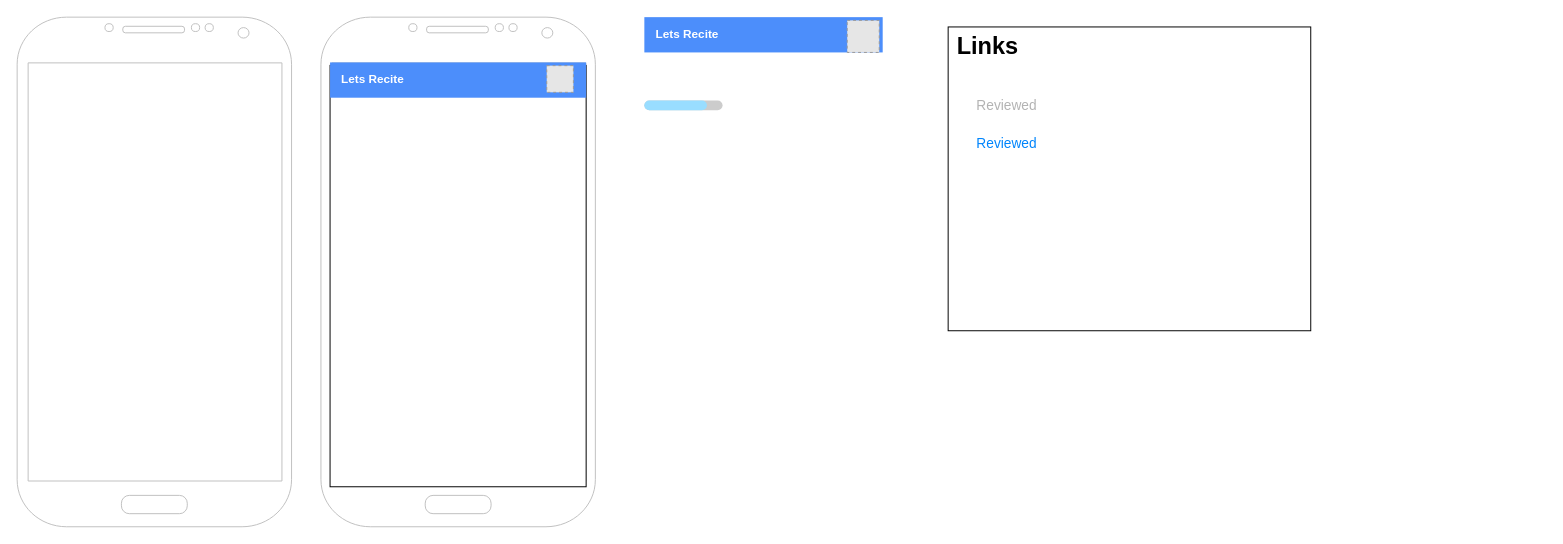
Before: page "components" (1 of 8) of Lets Recite.drawio in appsparkler/draw.io, a draw.io diagram. Source tidied: cells renumbered, new cells numbered last; positions are measured from the earlier drawing's top-left corner, leaving out a move shared by most shapes. Both pictures are drawn from the tidied source at 98%, with x=0, y=0 at pixel (17, 17). Pictures stored in the file or linked from it are replaced by grey dashed boxes.
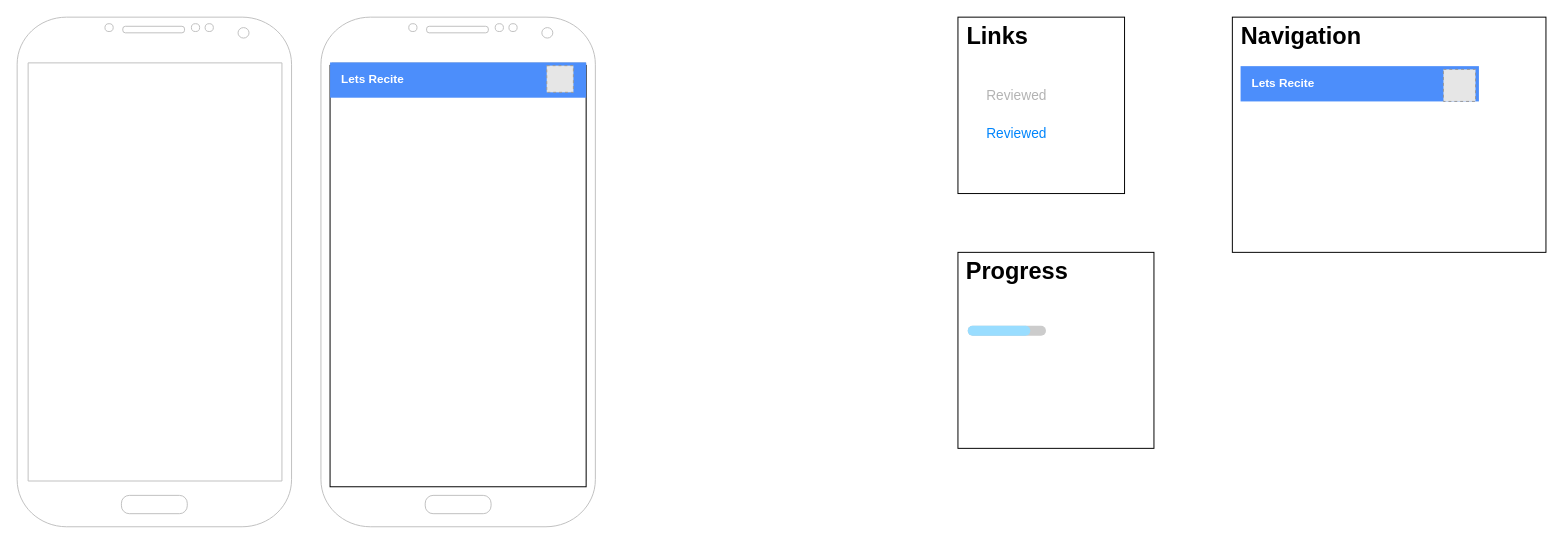
The same page after the edit.

Change to the diagram source:
```diff
@@
-    <mxCell id="2" style="rounded=0;whiteSpace=wrap;html=1;" parent="1" vertex="1">
-      <mxGeometry x="950" y="10" width="370" height="310" as="geometry" />
-    </mxCell>
+    <mxCell id="20" style="rounded=0;whiteSpace=wrap;html=1;" parent="1" vertex="1">
+      <mxGeometry x="1240" width="320" height="240" as="geometry" />
+    </mxCell>
+    <mxCell id="21" style="rounded=0;whiteSpace=wrap;html=1;" parent="1" vertex="1">
+      <mxGeometry x="960" y="240" width="200" height="200" as="geometry" />
+    </mxCell>
@@
     <mxCell id="6" style="group;" parent="1" vertex="1">
-      <mxGeometry x="640" width="243.2" height="36" as="geometry" />
+      <mxGeometry x="1248.4" y="50" width="243.2" height="36" as="geometry" />
     </mxCell>
@@
     <mxCell id="16" style="verticalLabelPosition=bottom;shadow=0;dashed=0;align=center;html=1;verticalAlign=top;strokeWidth=1;shape=mxgraph.mockup.misc.progressBar;fillColor=#cccccc;strokeColor=none;fillColor2=#99ddff;barPos=80;" parent="1" vertex="1">
-      <mxGeometry x="640" y="80" width="79.8" height="20" as="geometry" />
+      <mxGeometry x="970" y="310" width="79.8" height="20" as="geometry" />
     </mxCell>
+    <mxCell id="22" style="group;" parent="1" vertex="1">
+      <mxGeometry x="960" width="170" height="180" as="geometry" />
+    </mxCell>
+    <mxCell id="2" style="rounded=0;whiteSpace=wrap;html=1;" parent="22" vertex="1">
+      <mxGeometry width="170" height="180" as="geometry" />
+    </mxCell>
-    <mxCell id="17" value="Reviewed" style="strokeColor=none;fillColor=none;rSize=5;perimeter=none;whiteSpace=wrap;align=center;spacing=20;fontSize=14;fontColor=#B3B3B3;" parent="1" vertex="1">
-      <mxGeometry x="970" y="70.2" width="80" height="39.5" as="geometry" />
+    <mxCell id="17" value="Reviewed" style="strokeColor=none;fillColor=none;rSize=5;perimeter=none;whiteSpace=wrap;align=center;spacing=20;fontSize=14;fontColor=#B3B3B3;" parent="22" vertex="1">
+      <mxGeometry x="20" y="60.2" width="80" height="39.5" as="geometry" />
     </mxCell>
-    <mxCell id="18" value="Links" style="text;html=1;align=center;verticalAlign=middle;strokeColor=none;fillColor=none;fontSize=24;fontStyle=1;" parent="1" vertex="1">
-      <mxGeometry x="950" y="10" width="80" height="40" as="geometry" />
+    <mxCell id="18" value="Links" style="text;html=1;align=center;verticalAlign=middle;strokeColor=none;fillColor=none;fontSize=24;fontStyle=1;" parent="22" vertex="1">
+      <mxGeometry width="80" height="40" as="geometry" />
     </mxCell>
-    <mxCell id="19" value="Reviewed" style="strokeColor=none;fillColor=none;rSize=5;perimeter=none;whiteSpace=wrap;align=center;spacing=20;fontSize=14;fontColor=#0085FC;" parent="1" vertex="1">
-      <mxGeometry x="985" y="109.7" width="50" height="39.5" as="geometry" />
+    <mxCell id="19" value="Reviewed" style="strokeColor=none;fillColor=none;rSize=5;perimeter=none;whiteSpace=wrap;align=center;spacing=20;fontSize=14;fontColor=#0085FC;" parent="22" vertex="1">
+      <mxGeometry x="35" y="99.7" width="50" height="39.5" as="geometry" />
     </mxCell>
+    <mxCell id="23" value="Progress" style="text;html=1;align=center;verticalAlign=middle;strokeColor=none;fillColor=none;fontSize=24;fontStyle=1;" parent="1" vertex="1">
+      <mxGeometry x="960" y="240" width="120" height="40" as="geometry" />
+    </mxCell>
+    <mxCell id="24" value="Navigation" style="text;html=1;align=center;verticalAlign=middle;strokeColor=none;fillColor=none;fontSize=24;fontStyle=1;" parent="1" vertex="1">
+      <mxGeometry x="1240" width="140" height="40" as="geometry" />
+    </mxCell>
```
